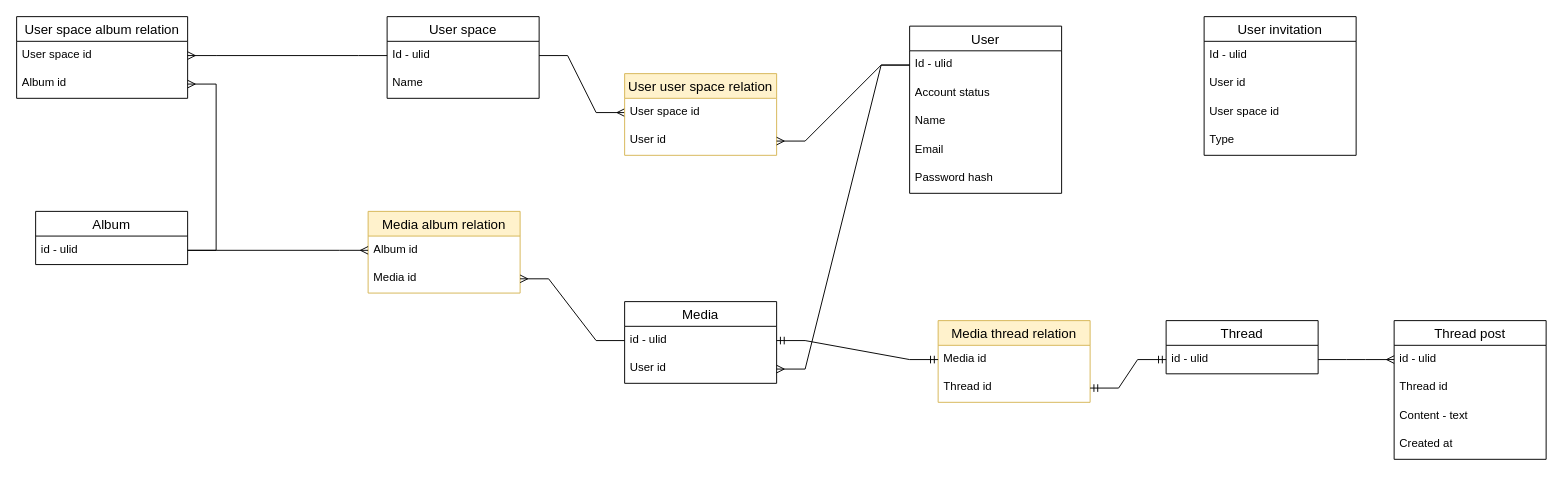
This is page "Models" (1 of 5) of docs/memoria.drawio from eiji03aero/memoria, a draw.io file, before an edit. Source tidied: cells renumbered, new cells numbered last; positions are measured from the earlier drawing's top-left corner, leaving out a move shared by most shapes. Both pictures are drawn from the tidied source at 95%, with x=0, y=0 at pixel (16, 16).
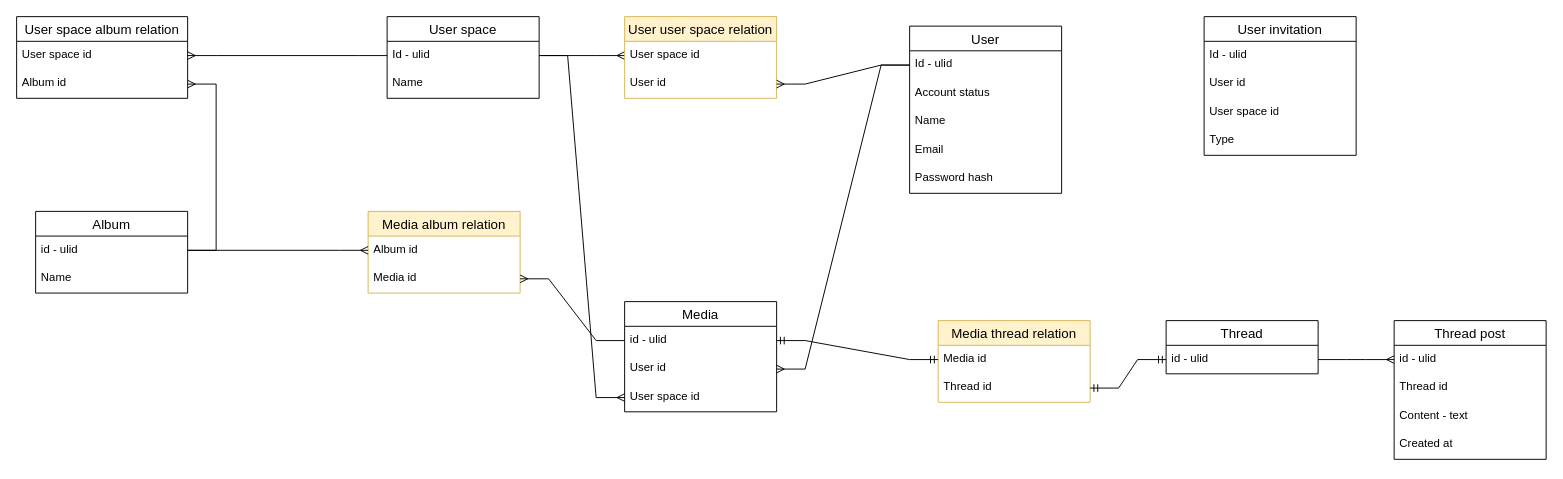
After the change.

The change refers to these unchanged cells:
```xml
<mxCell id="3" value="Id - ulid" style="text;strokeColor=none;fillColor=none;spacingLeft=4;spacingRight=4;overflow=hidden;points=[[0,0.5],[1,0.5]];portConstraint=eastwest;fontSize=12;whiteSpace=wrap;html=1;" parent="2" vertex="1">
  <mxGeometry y="26" width="160" height="30" as="geometry" />
</mxCell>
<mxCell id="14" value="Id - ulid" style="text;strokeColor=none;fillColor=none;spacingLeft=4;spacingRight=4;overflow=hidden;points=[[0,0.5],[1,0.5]];portConstraint=eastwest;fontSize=12;whiteSpace=wrap;html=1;" parent="13" vertex="1">
  <mxGeometry y="26" width="160" height="30" as="geometry" />
</mxCell>
<mxCell id="23" value="User id" style="text;strokeColor=none;fillColor=none;spacingLeft=4;spacingRight=4;overflow=hidden;points=[[0,0.5],[1,0.5]];portConstraint=eastwest;fontSize=12;whiteSpace=wrap;html=1;" parent="21" vertex="1">
  <mxGeometry y="56" width="160" height="30" as="geometry" />
</mxCell>
```

Change to the diagram source:
```diff
@@
     <mxCell id="17" value="User user space relation" style="swimlane;fontStyle=0;horizontal=1;startSize=26;align=center;fontSize=14;fillColor=#fff2cc;strokeColor=#d6b656;" parent="1" vertex="1">
-      <mxGeometry x="640" y="60" width="160" height="86" as="geometry" />
+      <mxGeometry x="640" width="160" height="86" as="geometry" />
     </mxCell>
@@
     <mxCell id="21" value="Media" style="swimlane;fontStyle=0;horizontal=1;startSize=26;align=center;fontSize=14;" parent="1" vertex="1">
-      <mxGeometry x="640" y="300" width="160" height="86" as="geometry" />
+      <mxGeometry x="640" y="300" width="160" height="116" as="geometry" />
     </mxCell>
@@
+    <mxCell id="50" value="User space id" style="text;strokeColor=none;fillColor=none;spacingLeft=4;spacingRight=4;overflow=hidden;points=[[0,0.5],[1,0.5]];portConstraint=eastwest;fontSize=12;whiteSpace=wrap;html=1;" parent="21" vertex="1">
+      <mxGeometry y="86" width="160" height="30" as="geometry" />
+    </mxCell>
-    <mxCell id="24" style="edgeStyle=entityRelationEdgeStyle;fontSize=12;html=1;endArrow=ERmany;rounded=0;entryX=1;entryY=0.5;entryDx=0;entryDy=0;exitX=0;exitY=0.5;exitDx=0;exitDy=0;" parent="1" edge="1" source="3" target="23">
+    <mxCell id="24" style="edgeStyle=entityRelationEdgeStyle;fontSize=12;html=1;endArrow=ERmany;rounded=0;entryX=1;entryY=0.5;entryDx=0;entryDy=0;exitX=0;exitY=0.5;exitDx=0;exitDy=0;endFill=0;" parent="1" edge="1" source="3" target="23">
       <mxGeometry relative="1" as="geometry" />
     </mxCell>
     <mxCell id="25" value="Album" style="swimlane;fontStyle=0;horizontal=1;startSize=26;align=center;fontSize=14;" parent="1" vertex="1">
-      <mxGeometry x="20" y="205" width="160" height="56" as="geometry" />
+      <mxGeometry x="20" y="205" width="160" height="86" as="geometry" />
     </mxCell>
@@
+    <mxCell id="51" value="Name" style="text;strokeColor=none;fillColor=none;spacingLeft=4;spacingRight=4;overflow=hidden;fontSize=12;whiteSpace=wrap;html=1;" parent="25" vertex="1">
+      <mxGeometry y="56" width="160" height="30" as="geometry" />
+    </mxCell>
@@
+    <mxCell id="52" style="edgeStyle=entityRelationEdgeStyle;fontSize=12;html=1;endArrow=ERmany;endFill=0;rounded=0;exitX=1;exitY=0.5;exitDx=0;exitDy=0;entryX=0;entryY=0.5;entryDx=0;entryDy=0;" parent="1" edge="1" source="14" target="50">
+      <mxGeometry relative="1" as="geometry" />
+    </mxCell>
```
